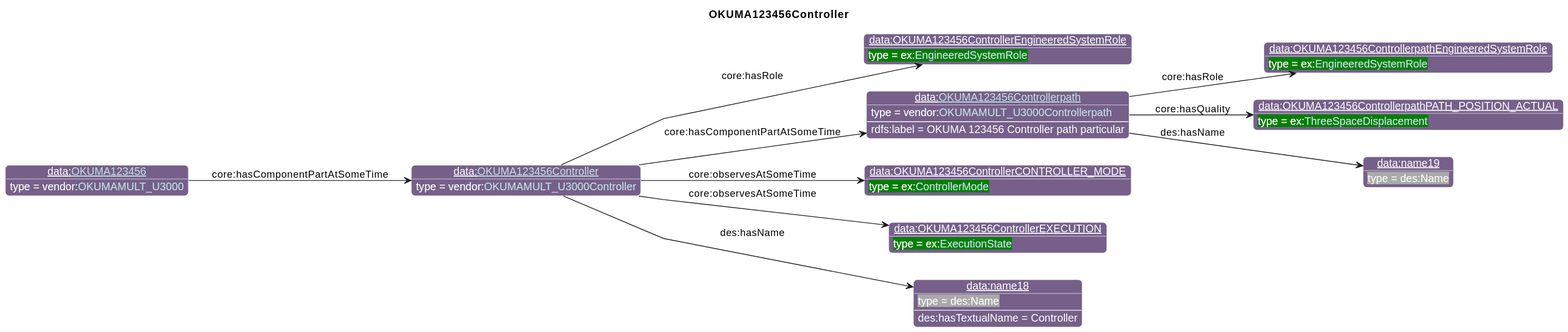
iofoundry/example-syseng-mtconnect keeps this PlantUML diagram as diagrams/OKUMA123456Controller.svg. Above is the earlier version.
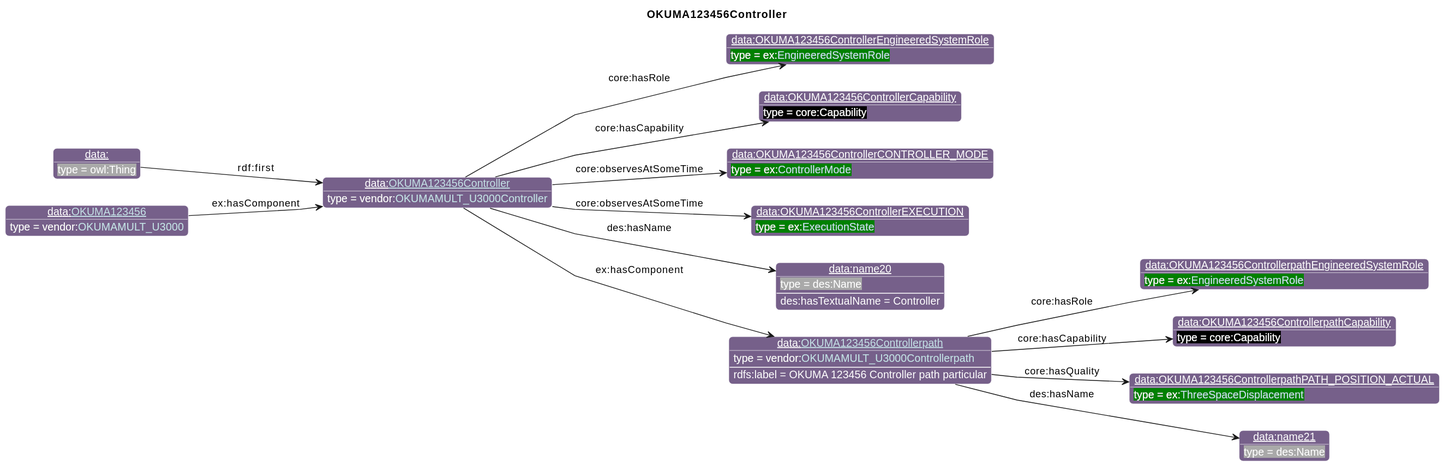
Later version of the same file.

Change to the diagram source:
```diff
@@ -27,23 +27,29 @@
       }
 individual(o0, data:[[./OKUMA123456Controller.html OKUMA123456Controller]], vendor:[[../OKUMA.html#OKUMAMULT_U3000Controller OKUMAMULT_U3000Controller]])
 individual(o1, data:OKUMA123456ControllerEngineeredSystemRole, ex:[[../Example.html#EngineeredSystemRole EngineeredSystemRole]])
-individual(o2, data:[[./OKUMA123456Controllerpath.html OKUMA123456Controllerpath]], vendor:[[../OKUMA.html#OKUMAMULT_U3000Controllerpath OKUMAMULT_U3000Controllerpath]])
-individual(o3, data:OKUMA123456ControllerpathEngineeredSystemRole, ex:[[../Example.html#EngineeredSystemRole EngineeredSystemRole]])
-individual(o4, data:OKUMA123456ControllerpathPATH_POSITION_ACTUAL, ex:[[../Example.html#ThreeSpaceDisplacement ThreeSpaceDisplacement]])
-individual(o5, data:name19, des:Name)
-individual(o6, data:OKUMA123456ControllerCONTROLLER_MODE, ex:[[../Example.html#ControllerMode ControllerMode]])
-individual(o7, data:OKUMA123456ControllerEXECUTION, ex:[[../Example.html#ExecutionState ExecutionState]])
-individual(o8, data:name18, des:Name)
-individual(o9, data:[[./OKUMA123456.html OKUMA123456]], vendor:[[../OKUMA.html#OKUMAMULT_U3000 OKUMAMULT_U3000]])
+individual(o2, data:OKUMA123456ControllerCapability, core:Capability)
+individual(o3, data:OKUMA123456ControllerCONTROLLER_MODE, ex:[[../Example.html#ControllerMode ControllerMode]])
+individual(o4, data:OKUMA123456ControllerEXECUTION, ex:[[../Example.html#ExecutionState ExecutionState]])
+individual(o5, data:name20, des:Name)
+individual(o6, data:[[./OKUMA123456Controllerpath.html OKUMA123456Controllerpath]], vendor:[[../OKUMA.html#OKUMAMULT_U3000Controllerpath OKUMAMULT_U3000Controllerpath]])
+individual(o7, data:OKUMA123456ControllerpathEngineeredSystemRole, ex:[[../Example.html#EngineeredSystemRole EngineeredSystemRole]])
+individual(o8, data:OKUMA123456ControllerpathCapability, core:Capability)
+individual(o9, data:OKUMA123456ControllerpathPATH_POSITION_ACTUAL, ex:[[../Example.html#ThreeSpaceDisplacement ThreeSpaceDisplacement]])
+individual(o10, data:name21, des:Name)
+individual(o11, data:, owl:Thing)
+individual(o12, data:[[./OKUMA123456.html OKUMA123456]], vendor:[[../OKUMA.html#OKUMAMULT_U3000 OKUMAMULT_U3000]])
 property(o0, "core:hasRole", o1)
-property(o0, "core:hasComponentPartAtSomeTime", o2)
-data(o2, "rdfs:label", "OKUMA 123456 Controller path particular")
-property(o2, "core:hasRole", o3)
-property(o2, "core:hasQuality", o4)
-property(o2, "des:hasName", o5)
-property(o0, "core:observesAtSomeTime", o6)
-property(o0, "core:observesAtSomeTime", o7)
-property(o0, "des:hasName", o8)
-data(o8, "des:hasTextualName", "Controller")
-property(o9, "core:hasComponentPartAtSomeTime", o0)
+property(o0, "core:hasCapability", o2)
+property(o0, "core:observesAtSomeTime", o3)
+property(o0, "core:observesAtSomeTime", o4)
+property(o0, "des:hasName", o5)
+data(o5, "des:hasTextualName", "Controller")
+property(o0, "ex:hasComponent", o6)
+data(o6, "rdfs:label", "OKUMA 123456 Controller path particular")
+property(o6, "core:hasRole", o7)
+property(o6, "core:hasCapability", o8)
+property(o6, "core:hasQuality", o9)
+property(o6, "des:hasName", o10)
+property(o11, "rdf:first", o0)
+property(o12, "ex:hasComponent", o0)
 @enduml
```
